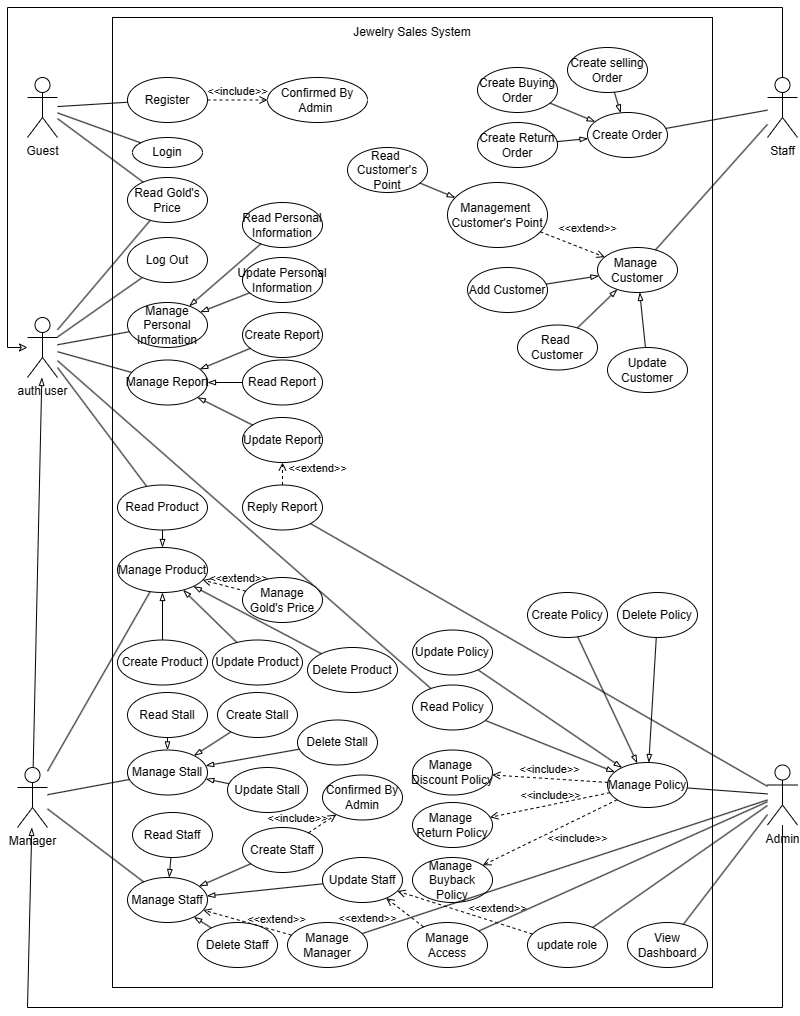
This is doc/ucd/Use case Diagram.png from hieuvau198/SWP-Jewelry-Sales-System, a draw.io export, as it was before one commit. Source tidied: cells renumbered, new cells last; positions are measured from the earlier drawing's top-left corner, leaving out a move shared by most shapes.
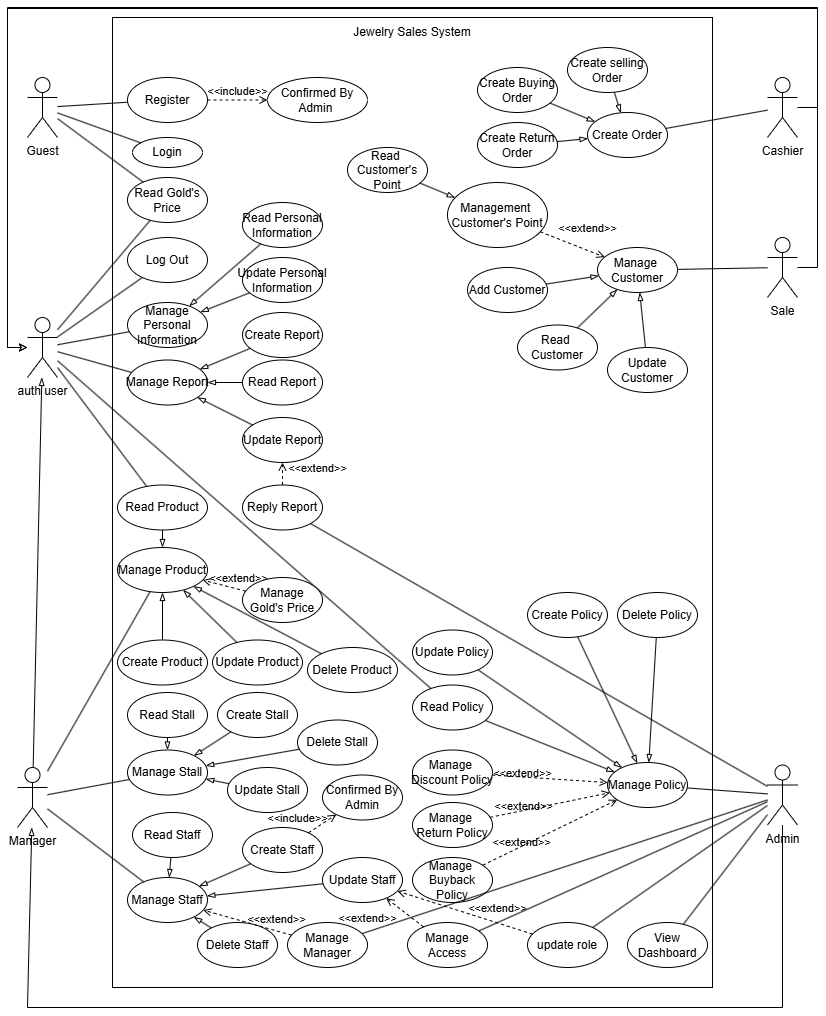
The same diagram one commit later.

Change to the diagram source:
```diff
@@ -11,16 +11,18 @@
     <mxCell id="4" value="Admin" style="shape=umlActor;verticalLabelPosition=bottom;verticalAlign=top;html=1;outlineConnect=0;" parent="1" vertex="1">
       <mxGeometry x="760" y="757.5" width="30" height="60" as="geometry" />
     </mxCell>
-    <mxCell id="5" style="edgeStyle=orthogonalEdgeStyle;rounded=0;jettySize=auto;html=1;endArrow=classic;endFill=0;" parent="1" edge="1" source="6" target="14">
+    <mxCell id="5" style="edgeStyle=orthogonalEdgeStyle;rounded=0;jettySize=auto;html=1;endArrow=classic;endFill=0;" parent="1" edge="1" target="14">
       <mxGeometry relative="1" as="geometry">
+        <mxPoint x="790" y="260" as="sourcePoint" />
         <Array as="points">
-          <mxPoint x="775" />
+          <mxPoint x="810" y="260" />
+          <mxPoint x="810" />
           <mxPoint />
           <mxPoint y="340" />
         </Array>
       </mxGeometry>
     </mxCell>
-    <mxCell id="6" value="Staff" style="shape=umlActor;verticalLabelPosition=bottom;verticalAlign=top;html=1;outlineConnect=0;" parent="1" vertex="1">
+    <mxCell id="6" value="Cashier" style="shape=umlActor;verticalLabelPosition=bottom;verticalAlign=top;html=1;outlineConnect=0;" parent="1" vertex="1">
       <mxGeometry x="760" y="70" width="30" height="60" as="geometry" />
     </mxCell>
     <mxCell id="7" value="Manager" style="shape=umlActor;verticalLabelPosition=bottom;verticalAlign=top;html=1;outlineConnect=0;" parent="1" vertex="1">
@@ -146,7 +148,7 @@
     <mxCell id="47" style="endArrow=none;html=1;rounded=0;" parent="1" edge="1" source="4" target="45">
       <mxGeometry relative="1" as="geometry" />
     </mxCell>
-    <mxCell id="48" style="endArrow=none;html=1;rounded=0;" parent="1" edge="1" source="17" target="6">
+    <mxCell id="48" style="endArrow=none;html=1;rounded=0;" parent="1" edge="1" source="17" target="126">
       <mxGeometry relative="1" as="geometry" />
     </mxCell>
     <mxCell id="49" value="&amp;lt;&amp;lt;extend&amp;gt;&amp;gt;" style="html=1;verticalAlign=bottom;labelBackgroundColor=none;endArrow=open;endFill=0;dashed=1;rounded=0;" parent="1" edge="1" source="18" target="17">
@@ -203,14 +205,6 @@
     <mxCell id="66" value="Manage&amp;nbsp; Buyback Policy" style="ellipse;whiteSpace=wrap;html=1;" parent="1" vertex="1">
       <mxGeometry x="405" y="850" width="80" height="45" as="geometry" />
     </mxCell>
-    <mxCell id="67" value="&amp;lt;&amp;lt;include&amp;gt;&amp;gt;" style="html=1;verticalAlign=bottom;labelBackgroundColor=none;endArrow=open;endFill=0;dashed=1;rounded=0;" parent="1" edge="1" source="57" target="66">
-      <mxGeometry x="-0.24" y="26" relative="1" as="geometry">
-        <mxPoint y="-1" as="offset" />
-      </mxGeometry>
-    </mxCell>
-    <mxCell id="68" value="&amp;lt;&amp;lt;include&amp;gt;&amp;gt;" style="html=1;verticalAlign=bottom;labelBackgroundColor=none;endArrow=open;endFill=0;dashed=1;rounded=0;" parent="1" edge="1" source="57" target="65">
-      <mxGeometry relative="1" as="geometry" />
-    </mxCell>
     <mxCell id="69" style="endArrow=none;html=1;rounded=0;" parent="1" edge="1" source="14" target="64">
       <mxGeometry relative="1" as="geometry" />
     </mxCell>
@@ -280,9 +274,6 @@
     <mxCell id="91" style="rounded=0;jettySize=auto;html=1;endArrow=blockThin;endFill=0;" parent="1" edge="1" source="58" target="57">
       <mxGeometry relative="1" as="geometry" />
     </mxCell>
-    <mxCell id="92" value="&amp;lt;&amp;lt;include&amp;gt;&amp;gt;" style="html=1;verticalAlign=bottom;labelBackgroundColor=none;endArrow=open;endFill=0;dashed=1;rounded=0;" parent="1" edge="1" source="57" target="90">
-      <mxGeometry relative="1" as="geometry" />
-    </mxCell>
     <mxCell id="93" style="rounded=0;jettySize=auto;html=1;endArrow=blockThin;endFill=0;" parent="1" edge="1" source="4" target="7">
       <mxGeometry relative="1" as="geometry">
         <Array as="points">
@@ -380,5 +371,30 @@
     <mxCell id="122" style="endArrow=none;html=1;rounded=0;" parent="1" edge="1" source="115" target="4">
       <mxGeometry relative="1" as="geometry" />
     </mxCell>
+    <mxCell id="123" value="&amp;lt;&amp;lt;extend&amp;gt;&amp;gt;" style="html=1;verticalAlign=bottom;labelBackgroundColor=none;endArrow=open;endFill=0;dashed=1;rounded=0;" parent="1" edge="1" source="66" target="57">
+      <mxGeometry x="-0.46" y="-5" relative="1" as="geometry" />
+    </mxCell>
+    <mxCell id="124" value="&amp;lt;&amp;lt;extend&amp;gt;&amp;gt;" style="html=1;verticalAlign=bottom;labelBackgroundColor=none;endArrow=open;endFill=0;dashed=1;rounded=0;" parent="1" edge="1" source="65" target="57">
+      <mxGeometry x="-0.46" y="-5" relative="1" as="geometry" />
+    </mxCell>
+    <mxCell id="125" value="&amp;lt;&amp;lt;extend&amp;gt;&amp;gt;" style="html=1;verticalAlign=bottom;labelBackgroundColor=none;endArrow=open;endFill=0;dashed=1;rounded=0;" parent="1" edge="1" source="90" target="57">
+      <mxGeometry x="-0.46" y="-5" relative="1" as="geometry" />
+    </mxCell>
+    <mxCell id="126" value="Sale" style="shape=umlActor;verticalLabelPosition=bottom;verticalAlign=top;html=1;outlineConnect=0;" parent="1" vertex="1">
+      <mxGeometry x="760" y="230" width="30" height="60" as="geometry" />
+    </mxCell>
+    <mxCell id="127" style="edgeStyle=orthogonalEdgeStyle;rounded=0;orthogonalLoop=1;jettySize=auto;html=1;endArrow=classic;endFill=0;" parent="1" edge="1">
+      <mxGeometry relative="1" as="geometry">
+        <mxPoint x="790" y="100" as="sourcePoint" />
+        <mxPoint x="20" y="340" as="targetPoint" />
+        <Array as="points">
+          <mxPoint x="790" y="100" />
+          <mxPoint x="810" y="100" />
+          <mxPoint x="810" y="1" />
+          <mxPoint y="1" />
+          <mxPoint y="340" />
+        </Array>
+      </mxGeometry>
+    </mxCell>
   </root>
 </mxGraphModel>
```
